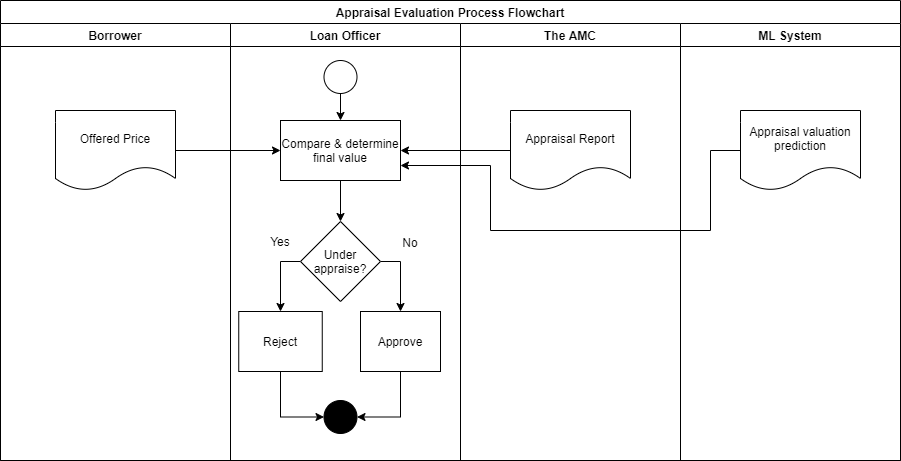
Earlier version of the draw.io export Appendix Picture/Figure 02.png (liscory/Purwadhika-JCDS-Final-Project). Source tidied: cells renumbered, new cells last; positions are measured from the earlier drawing's top-left corner, leaving out a move shared by most shapes.
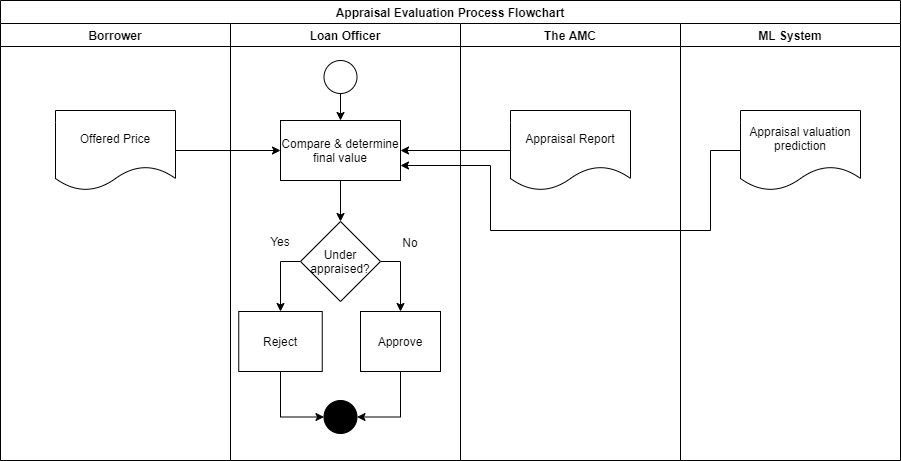
After the change.

Commit message:
Update ppt, update figure 02

Change to the diagram source:
```diff
@@ -26,7 +26,7 @@
     <mxCell id="9" style="edgeStyle=orthogonalEdgeStyle;rounded=0;jettySize=auto;html=1;exitX=1;exitY=0.5;exitDx=0;exitDy=0;" parent="5" edge="1" source="10" target="16">
       <mxGeometry relative="1" as="geometry" />
     </mxCell>
-    <mxCell id="10" value="Under appraise?" style="rhombus;whiteSpace=wrap;html=1;rounded=0;" parent="5" vertex="1">
+    <mxCell id="10" value="Under appraised?" style="rhombus;whiteSpace=wrap;html=1;rounded=0;" parent="5" vertex="1">
       <mxGeometry x="70" y="198" width="80" height="80" as="geometry" />
     </mxCell>
     <mxCell id="11" style="edgeStyle=orthogonalEdgeStyle;rounded=0;jettySize=auto;html=1;" parent="5" edge="1" source="7" target="10">
```
